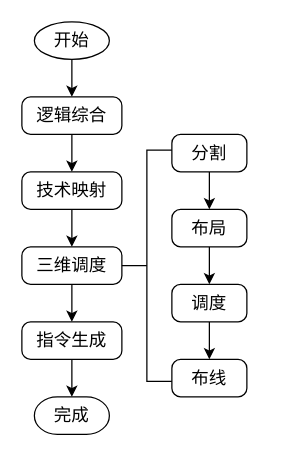
Before: verilator_digrams/Emulator_05.drawio in Dercury/CLDK, a draw.io diagram. Source tidied: cells renumbered, new cells numbered last; positions are measured from the earlier drawing's top-left corner, leaving out a move shared by most shapes. Both pictures are drawn from the tidied source at 125%, with x=0, y=0 at pixel (21, 21).
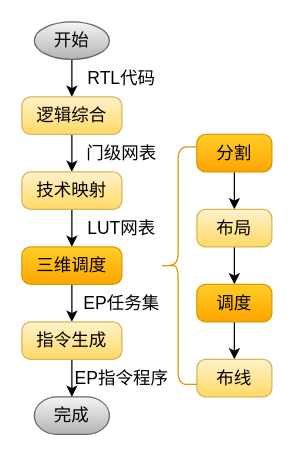
After the change.

The edit, as a diff of the source:
```diff
@@
-    <mxCell id="3" value="开始" style="strokeWidth=1;html=1;shape=mxgraph.flowchart.start_1;whiteSpace=wrap;fontSize=14;" parent="1" vertex="1">
+    <mxCell id="3" value="开始" style="strokeWidth=1;html=1;shape=mxgraph.flowchart.start_1;whiteSpace=wrap;fontSize=14;fillColor=#f5f5f5;gradientColor=#b3b3b3;strokeColor=#666666;" parent="1" vertex="1">
       <mxGeometry x="10" width="60" height="30" as="geometry" />
     </mxCell>
@@
-    <mxCell id="5" value="逻辑综合" style="rounded=1;whiteSpace=wrap;html=1;absoluteArcSize=1;arcSize=14;strokeWidth=1;fontSize=14;" parent="1" vertex="1">
+    <mxCell id="5" value="逻辑综合" style="rounded=1;whiteSpace=wrap;html=1;absoluteArcSize=1;arcSize=14;strokeWidth=1;fontSize=14;fillColor=#fff2cc;gradientColor=#ffd966;strokeColor=#d6b656;" parent="1" vertex="1">
       <mxGeometry y="60" width="80" height="30" as="geometry" />
     </mxCell>
@@
-    <mxCell id="7" value="技术映射" style="rounded=1;whiteSpace=wrap;html=1;absoluteArcSize=1;arcSize=14;strokeWidth=1;fontSize=14;" parent="1" vertex="1">
+    <mxCell id="7" value="技术映射" style="rounded=1;whiteSpace=wrap;html=1;absoluteArcSize=1;arcSize=14;strokeWidth=1;fontSize=14;fillColor=#fff2cc;gradientColor=#ffd966;strokeColor=#d6b656;" parent="1" vertex="1">
       <mxGeometry y="120" width="80" height="30" as="geometry" />
     </mxCell>
-    <mxCell id="8" style="edgeStyle=orthogonalEdgeStyle;rounded=0;jettySize=auto;html=1;" parent="1" edge="1" source="9" target="11">
+    <mxCell id="8" style="edgeStyle=orthogonalEdgeStyle;rounded=0;jettySize=auto;html=1;fillColor=#ffcd28;gradientColor=#ffa500;strokeColor=#000000;" parent="1" edge="1" source="9" target="11">
       <mxGeometry relative="1" as="geometry" />
     </mxCell>
-    <mxCell id="9" value="分割" style="rounded=1;whiteSpace=wrap;html=1;absoluteArcSize=1;arcSize=14;strokeWidth=1;fontSize=14;" parent="1" vertex="1">
-      <mxGeometry x="120" y="90" width="60" height="30" as="geometry" />
+    <mxCell id="9" value="分割" style="rounded=1;whiteSpace=wrap;html=1;absoluteArcSize=1;arcSize=14;strokeWidth=1;fontSize=14;fillColor=#ffcd28;gradientColor=#ffa500;strokeColor=#d79b00;" parent="1" vertex="1">
+      <mxGeometry x="140" y="90" width="60" height="30" as="geometry" />
     </mxCell>
-    <mxCell id="10" style="edgeStyle=orthogonalEdgeStyle;rounded=0;jettySize=auto;html=1;" parent="1" edge="1" source="11" target="13">
+    <mxCell id="10" style="edgeStyle=orthogonalEdgeStyle;rounded=0;jettySize=auto;html=1;fillColor=#ffcd28;gradientColor=#ffa500;strokeColor=#000000;" parent="1" edge="1" source="11" target="13">
       <mxGeometry relative="1" as="geometry" />
     </mxCell>
-    <mxCell id="11" value="布局" style="rounded=1;whiteSpace=wrap;html=1;absoluteArcSize=1;arcSize=14;strokeWidth=1;fontSize=14;" parent="1" vertex="1">
-      <mxGeometry x="120" y="150" width="60" height="30" as="geometry" />
+    <mxCell id="11" value="布局" style="rounded=1;whiteSpace=wrap;html=1;absoluteArcSize=1;arcSize=14;strokeWidth=1;fontSize=14;fillColor=#fff2cc;gradientColor=#ffd966;strokeColor=#d6b656;" parent="1" vertex="1">
+      <mxGeometry x="140" y="150" width="60" height="30" as="geometry" />
     </mxCell>
-    <mxCell id="12" style="edgeStyle=orthogonalEdgeStyle;rounded=0;jettySize=auto;html=1;" parent="1" edge="1" source="13" target="14">
+    <mxCell id="12" style="edgeStyle=orthogonalEdgeStyle;rounded=0;jettySize=auto;html=1;fillColor=#ffcd28;gradientColor=#ffa500;strokeColor=#000000;" parent="1" edge="1" source="13" target="14">
       <mxGeometry relative="1" as="geometry" />
     </mxCell>
-    <mxCell id="13" value="调度" style="rounded=1;whiteSpace=wrap;html=1;absoluteArcSize=1;arcSize=14;strokeWidth=1;fontSize=14;" parent="1" vertex="1">
-      <mxGeometry x="120" y="210" width="60" height="30" as="geometry" />
+    <mxCell id="13" value="调度" style="rounded=1;whiteSpace=wrap;html=1;absoluteArcSize=1;arcSize=14;strokeWidth=1;fontSize=14;fillColor=#ffcd28;gradientColor=#ffa500;strokeColor=#d79b00;" parent="1" vertex="1">
+      <mxGeometry x="140" y="210" width="60" height="30" as="geometry" />
     </mxCell>
-    <mxCell id="14" value="布线" style="rounded=1;whiteSpace=wrap;html=1;absoluteArcSize=1;arcSize=14;strokeWidth=1;fontSize=14;" parent="1" vertex="1">
-      <mxGeometry x="120" y="270" width="60" height="30" as="geometry" />
+    <mxCell id="14" value="布线" style="rounded=1;whiteSpace=wrap;html=1;absoluteArcSize=1;arcSize=14;strokeWidth=1;fontSize=14;fillColor=#fff2cc;gradientColor=#ffd966;strokeColor=#d6b656;" parent="1" vertex="1">
+      <mxGeometry x="140" y="270" width="60" height="30" as="geometry" />
     </mxCell>
@@
-    <mxCell id="16" value="三维调度" style="rounded=1;whiteSpace=wrap;html=1;absoluteArcSize=1;arcSize=14;strokeWidth=1;fontSize=14;" parent="1" vertex="1">
+    <mxCell id="16" value="三维调度" style="rounded=1;whiteSpace=wrap;html=1;absoluteArcSize=1;arcSize=14;strokeWidth=1;fontSize=14;fillColor=#ffcd28;gradientColor=#ffa500;strokeColor=#d79b00;" parent="1" vertex="1">
       <mxGeometry y="180" width="80" height="30" as="geometry" />
     </mxCell>
-    <mxCell id="17" value="完成" style="strokeWidth=1;html=1;shape=mxgraph.flowchart.terminator;whiteSpace=wrap;fontSize=14;" parent="1" vertex="1">
+    <mxCell id="17" value="完成" style="strokeWidth=1;html=1;shape=mxgraph.flowchart.terminator;whiteSpace=wrap;fontSize=14;fillColor=#f5f5f5;gradientColor=#b3b3b3;strokeColor=#666666;" parent="1" vertex="1">
       <mxGeometry x="10" y="300" width="60" height="30" as="geometry" />
     </mxCell>
@@
-    <mxCell id="19" value="指令生成" style="rounded=1;whiteSpace=wrap;html=1;absoluteArcSize=1;arcSize=14;strokeWidth=1;fontSize=14;" parent="1" vertex="1">
+    <mxCell id="19" value="指令生成" style="rounded=1;whiteSpace=wrap;html=1;absoluteArcSize=1;arcSize=14;strokeWidth=1;fontSize=14;fillColor=#fff2cc;gradientColor=#ffd966;strokeColor=#d6b656;" parent="1" vertex="1">
       <mxGeometry y="240" width="80" height="30" as="geometry" />
     </mxCell>
-    <mxCell id="20" style="strokeWidth=1;html=1;shape=mxgraph.flowchart.annotation_2;align=left;labelPosition=right;" parent="1" vertex="1">
-      <mxGeometry x="80" y="102.5" width="40" height="185" as="geometry" />
-    </mxCell>
+    <mxCell id="21" value="RTL代码" style="text;html=1;align=center;verticalAlign=middle;whiteSpace=wrap;rounded=0;fontSize=14;" parent="1" vertex="1">
+      <mxGeometry x="40" y="30" width="80" height="30" as="geometry" />
+    </mxCell>
+    <mxCell id="22" value="门级网表" style="text;html=1;align=center;verticalAlign=middle;whiteSpace=wrap;rounded=0;fontSize=14;" parent="1" vertex="1">
+      <mxGeometry x="40" y="90" width="80" height="30" as="geometry" />
+    </mxCell>
+    <mxCell id="23" value="LUT网表" style="text;html=1;align=center;verticalAlign=middle;whiteSpace=wrap;rounded=0;fontSize=14;" parent="1" vertex="1">
+      <mxGeometry x="40" y="150" width="80" height="30" as="geometry" />
+    </mxCell>
+    <mxCell id="24" value="EP任务集" style="text;html=1;align=center;verticalAlign=middle;whiteSpace=wrap;rounded=0;fontSize=14;" parent="1" vertex="1">
+      <mxGeometry x="40" y="210" width="80" height="30" as="geometry" />
+    </mxCell>
+    <mxCell id="25" value="EP指令程序" style="text;html=1;align=center;verticalAlign=middle;whiteSpace=wrap;rounded=0;fontSize=14;" parent="1" vertex="1">
+      <mxGeometry x="40" y="270" width="80" height="30" as="geometry" />
+    </mxCell>
+    <mxCell id="26" style="shape=curlyBracket;whiteSpace=wrap;html=1;rounded=1;labelPosition=left;verticalLabelPosition=middle;align=right;verticalAlign=middle;fillColor=#ffcd28;gradientColor=#ffa500;strokeColor=#d79b00;" parent="1" vertex="1">
+      <mxGeometry x="110" y="100" width="30" height="190" as="geometry" />
+    </mxCell>
```
